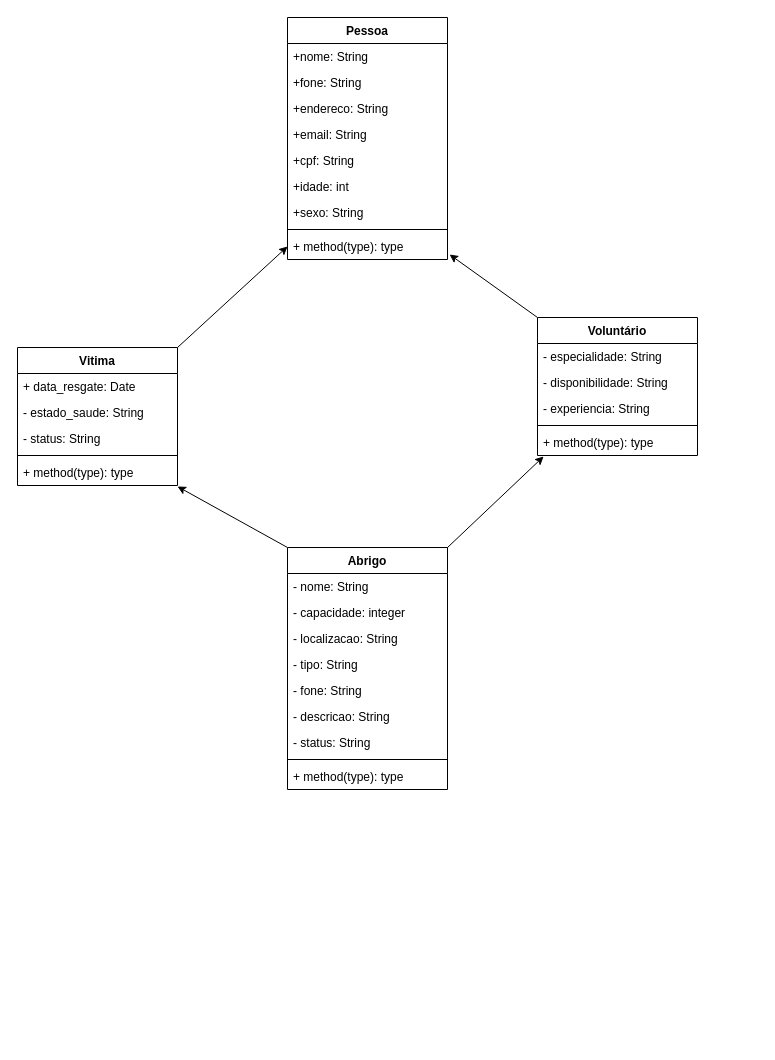
This is diagrama.drawio from PedroOttavio/definitivoCrudDjango, a draw.io file, before an edit. Source tidied: cells renumbered, new cells numbered last; positions are measured from the earlier drawing's top-left corner, leaving out a move shared by most shapes. Both pictures are drawn from the tidied source at 100%, with x=0, y=0 at pixel (17, 17).
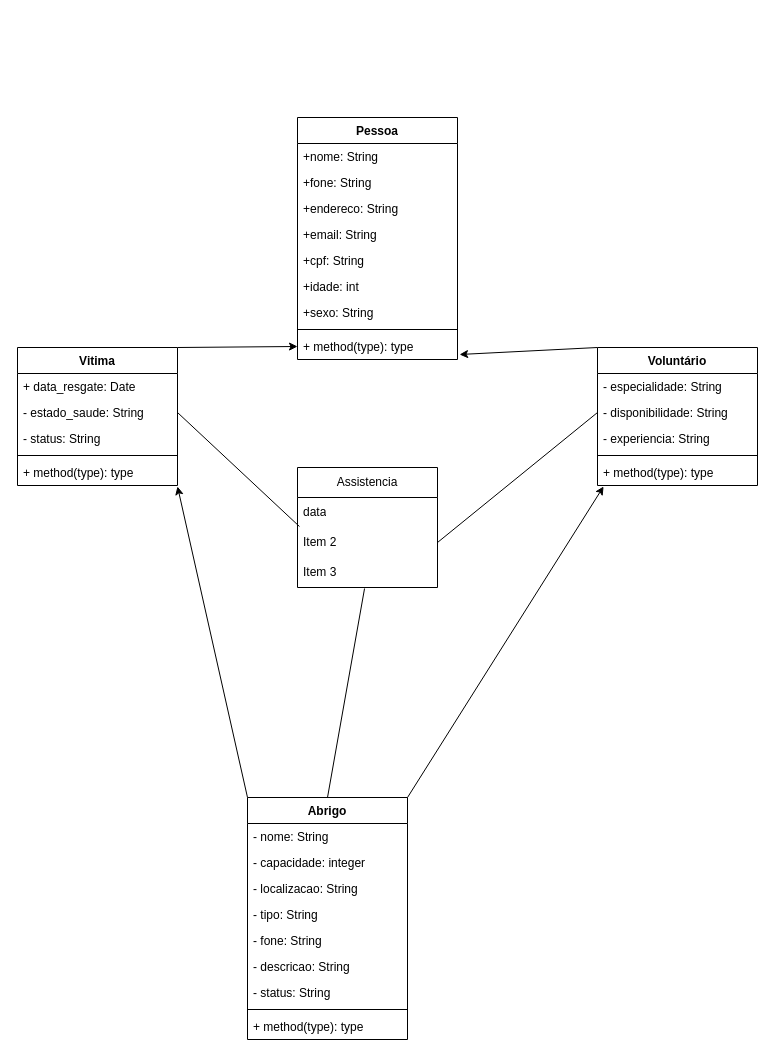
The same page after the edit.

The change refers to these unchanged cells:
```xml
<mxCell id="15" value="- estado_saude: String" style="text;strokeColor=none;fillColor=none;align=left;verticalAlign=top;spacingLeft=4;spacingRight=4;overflow=hidden;points=[[0,0.5],[1,0.5]];portConstraint=eastwest;whiteSpace=wrap;html=1;" parent="13" vertex="1">
  <mxGeometry y="52" width="160" height="26" as="geometry" />
</mxCell>
<mxCell id="22" value="&lt;div&gt;- disponibilidade: String&lt;/div&gt;&lt;div&gt;&lt;br&gt;&lt;/div&gt;" style="text;strokeColor=none;fillColor=none;align=left;verticalAlign=top;spacingLeft=4;spacingRight=4;overflow=hidden;points=[[0,0.5],[1,0.5]];portConstraint=eastwest;whiteSpace=wrap;html=1;" parent="20" vertex="1">
  <mxGeometry y="52" width="160" height="26" as="geometry" />
</mxCell>
```

Change to the diagram source:
```diff
@@
     <mxCell id="2" value="Pessoa" style="swimlane;fontStyle=1;align=center;verticalAlign=top;horizontal=1;startSize=26;whiteSpace=wrap;html=1;" parent="1" vertex="1">
-      <mxGeometry x="270" width="160" height="242" as="geometry" />
+      <mxGeometry x="280" y="100" width="160" height="242" as="geometry" />
     </mxCell>
@@
     <mxCell id="20" value="Voluntário&lt;div&gt;&lt;br&gt;&lt;/div&gt;" style="swimlane;fontStyle=1;align=center;verticalAlign=top;horizontal=1;startSize=26;whiteSpace=wrap;html=1;" parent="1" vertex="1">
-      <mxGeometry x="520" y="300" width="160" height="138" as="geometry" />
+      <mxGeometry x="580" y="330" width="160" height="138" as="geometry" />
     </mxCell>
@@
     <mxCell id="26" value="Abrigo" style="swimlane;fontStyle=1;align=center;verticalAlign=top;horizontal=1;startSize=26;whiteSpace=wrap;html=1;" parent="1" vertex="1">
-      <mxGeometry x="270" y="530" width="160" height="242" as="geometry" />
+      <mxGeometry x="230" y="780" width="160" height="242" as="geometry" />
     </mxCell>
@@
+    <mxCell id="38" value="Assistencia" style="swimlane;fontStyle=0;horizontal=1;startSize=30;whiteSpace=wrap;html=1;" parent="1" vertex="1">
+      <mxGeometry x="280" y="450" width="140" height="120" as="geometry" />
+    </mxCell>
+    <mxCell id="39" value="data" style="text;strokeColor=none;fillColor=none;align=left;verticalAlign=middle;spacingLeft=4;spacingRight=4;overflow=hidden;whiteSpace=wrap;html=1;" parent="38" vertex="1">
+      <mxGeometry y="30" width="140" height="30" as="geometry" />
+    </mxCell>
+    <mxCell id="40" value="Item 2" style="text;strokeColor=none;fillColor=none;align=left;verticalAlign=middle;spacingLeft=4;spacingRight=4;overflow=hidden;points=[[0,0.5],[1,0.5]];portConstraint=eastwest;whiteSpace=wrap;html=1;" parent="38" vertex="1">
+      <mxGeometry y="60" width="140" height="30" as="geometry" />
+    </mxCell>
+    <mxCell id="41" value="Item 3" style="text;strokeColor=none;fillColor=none;align=left;verticalAlign=middle;spacingLeft=4;spacingRight=4;overflow=hidden;points=[[0,0.5],[1,0.5]];portConstraint=eastwest;whiteSpace=wrap;html=1;" parent="38" vertex="1">
+      <mxGeometry y="90" width="140" height="30" as="geometry" />
+    </mxCell>
+    <mxCell id="42" style="endArrow=none;html=1;rounded=0;entryX=0;entryY=0.5;entryDx=0;entryDy=0;exitX=1;exitY=0.5;exitDx=0;exitDy=0;" parent="1" edge="1" source="40" target="22">
+      <mxGeometry relative="1" as="geometry" />
+    </mxCell>
+    <mxCell id="43" style="endArrow=none;html=1;rounded=0;entryX=1;entryY=0.5;entryDx=0;entryDy=0;exitX=0.014;exitY=-0.033;exitDx=0;exitDy=0;exitPerimeter=0;" parent="1" edge="1" source="40" target="15">
+      <mxGeometry relative="1" as="geometry" />
+    </mxCell>
+    <mxCell id="44" style="endArrow=none;html=1;rounded=0;entryX=0.479;entryY=1.033;entryDx=0;entryDy=0;exitX=0.5;exitY=0;exitDx=0;exitDy=0;entryPerimeter=0;" parent="1" edge="1" source="26" target="41">
+      <mxGeometry relative="1" as="geometry" />
+    </mxCell>
```
